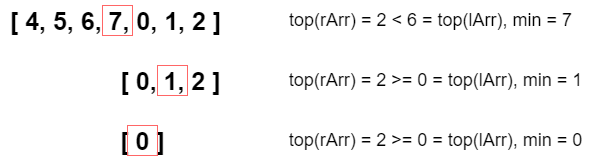
The draw.io diagram Neetcode150/img/MinimumRotatedArr.png in ashiven/leetcode-solutions, before a commit. Source tidied: cells renumbered, new cells last; positions are measured from the earlier drawing's top-left corner, leaving out a move shared by most shapes.
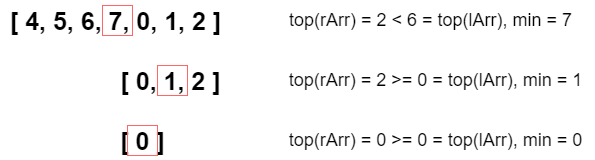
Above is the later version.

What changed in the source:
```diff
@@ -29,7 +29,7 @@
     <mxCell id="10" style="whiteSpace=wrap;html=1;fillColor=none;strokeColor=#FF6666;" parent="2" vertex="1">
       <mxGeometry x="127" y="125" width="30" height="30" as="geometry" />
     </mxCell>
-    <mxCell id="11" value="&lt;font style=&quot;font-size: 18px;&quot;&gt;top(rArr) = 2 &amp;gt;= 0 = top(lArr), min = 0&lt;/font&gt;" style="text;html=1;align=center;verticalAlign=middle;strokeColor=none;fillColor=none;" parent="2" vertex="1">
+    <mxCell id="11" value="&lt;font style=&quot;font-size: 18px;&quot;&gt;top(rArr) = 0 &amp;gt;= 0 = top(lArr), min = 0&lt;/font&gt;" style="text;html=1;align=center;verticalAlign=middle;strokeColor=none;fillColor=none;" parent="2" vertex="1">
       <mxGeometry x="275" y="120" width="320" height="40" as="geometry" />
     </mxCell>
   </root>
```
